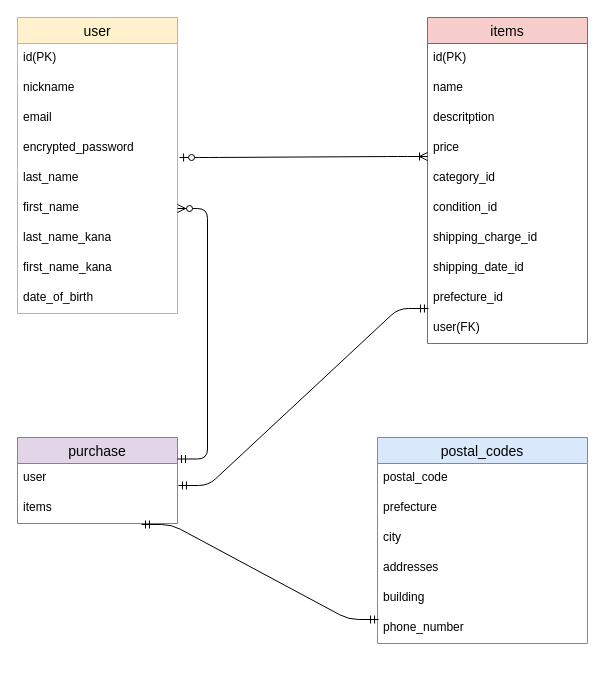
The draw.io diagram test.dio in haruu2525/furima-39915, before the edit. Source tidied: cells renumbered, new cells numbered last; positions are measured from the earlier drawing's top-left corner, leaving out a move shared by most shapes. Both pictures are drawn from the tidied source at 100%, with x=0, y=0 at pixel (17, 17).
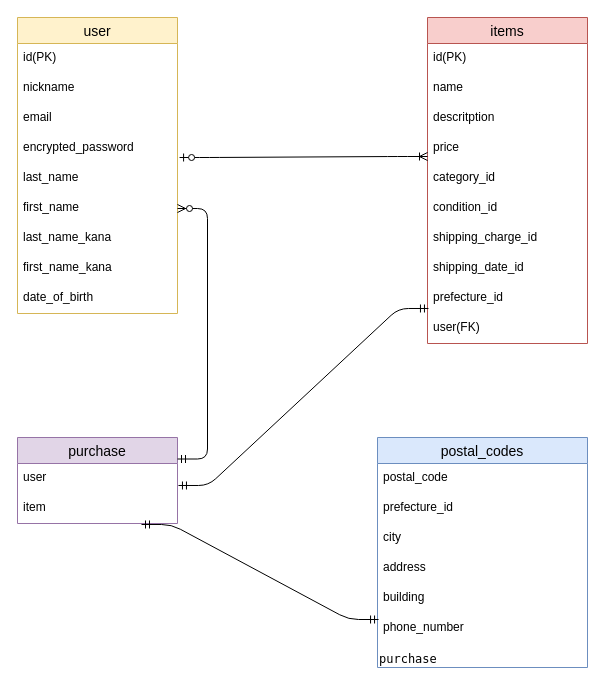
The same page after the edit.

Commit message (it also covers changes not shown here):
DB設計修正（４回目）

The change refers to these unchanged cells:
```xml
<mxCell id="24" value="purchase" style="swimlane;fontStyle=0;horizontal=1;startSize=26;align=center;fontSize=14;fillColor=#e1d5e7;strokeColor=#9673a6;" parent="1" vertex="1">
  <mxGeometry y="420" width="160" height="86" as="geometry" />
</mxCell>
```

Diff of the diagram source:
```diff
@@
-    <mxCell id="26" value="items" style="text;strokeColor=none;fillColor=none;spacingLeft=4;spacingRight=4;overflow=hidden;points=[[0,0.5],[1,0.5]];portConstraint=eastwest;fontSize=12;" parent="24" vertex="1">
+    <mxCell id="26" value="item" style="text;strokeColor=none;fillColor=none;spacingLeft=4;spacingRight=4;overflow=hidden;points=[[0,0.5],[1,0.5]];portConstraint=eastwest;fontSize=12;" parent="24" vertex="1">
       <mxGeometry y="56" width="160" height="30" as="geometry" />
     </mxCell>
     <mxCell id="27" value="postal_codes" style="swimlane;fontStyle=0;horizontal=1;startSize=26;align=center;fontSize=14;fillColor=#dae8fc;strokeColor=#6c8ebf;" parent="1" vertex="1">
-      <mxGeometry x="360" y="420" width="210" height="206" as="geometry" />
+      <mxGeometry x="360" y="420" width="210" height="230" as="geometry" />
     </mxCell>
@@
-    <mxCell id="29" value="prefecture" style="text;strokeColor=none;fillColor=none;spacingLeft=4;spacingRight=4;overflow=hidden;fontSize=12;" parent="27" vertex="1">
+    <mxCell id="29" value="prefecture_id" style="text;strokeColor=none;fillColor=none;spacingLeft=4;spacingRight=4;overflow=hidden;fontSize=12;" parent="27" vertex="1">
       <mxGeometry y="56" width="210" height="30" as="geometry" />
     </mxCell>
@@
-    <mxCell id="31" value="addresses" style="text;strokeColor=none;fillColor=none;spacingLeft=4;spacingRight=4;overflow=hidden;fontSize=12;" parent="27" vertex="1">
+    <mxCell id="31" value="address" style="text;strokeColor=none;fillColor=none;spacingLeft=4;spacingRight=4;overflow=hidden;fontSize=12;" parent="27" vertex="1">
       <mxGeometry y="116" width="210" height="30" as="geometry" />
     </mxCell>
@@
+    <mxCell id="37" value="&lt;div style=&quot;font-family: Menlo, Monaco, &amp;quot;Courier New&amp;quot;, monospace; line-height: 18px;&quot;&gt;purchase&lt;/div&gt;" style="text;whiteSpace=wrap;html=1;fontColor=default;labelBackgroundColor=none;" parent="27" vertex="1">
+      <mxGeometry y="206" width="210" height="24" as="geometry" />
+    </mxCell>
```
